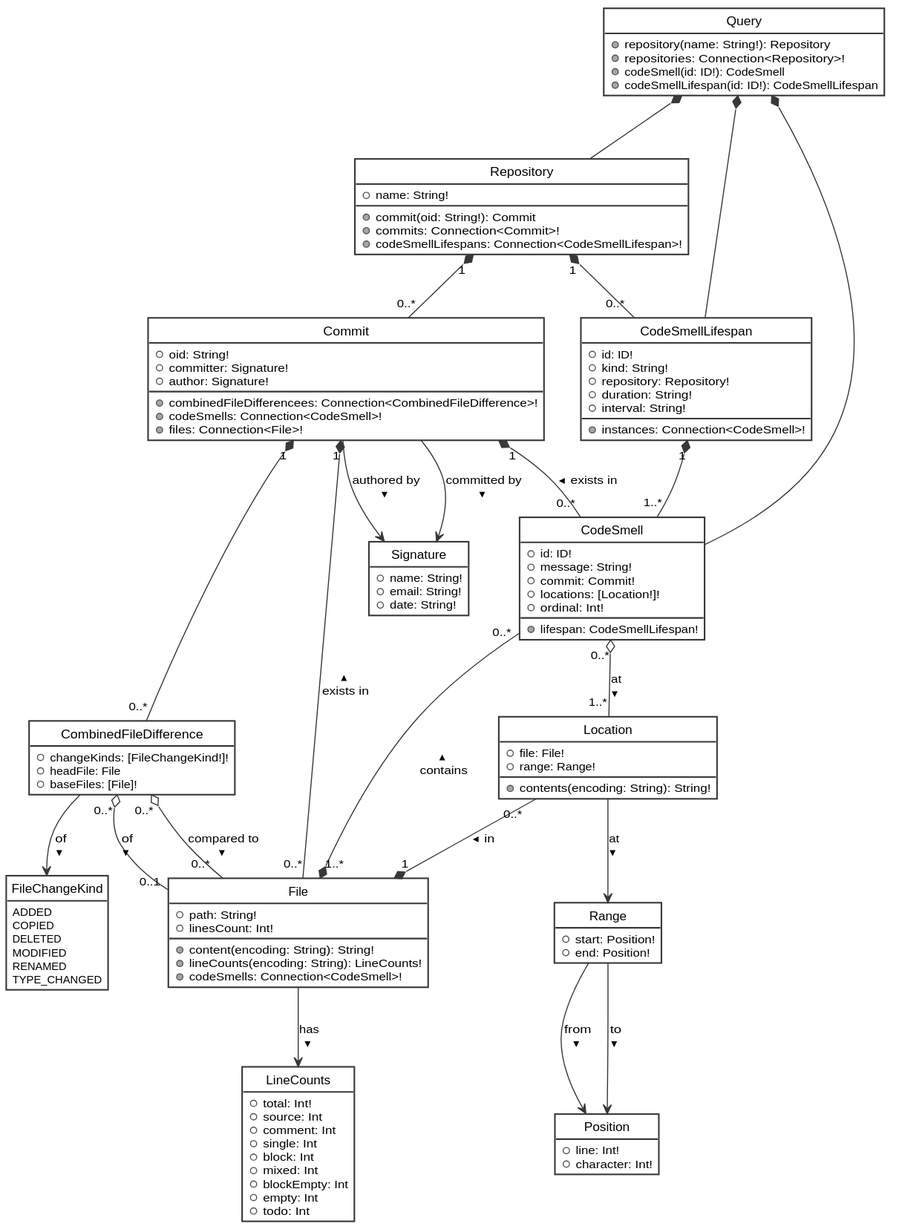
Earlier version of the PlantUML export schema/graphql.svg (felixfbecker/olfaction).
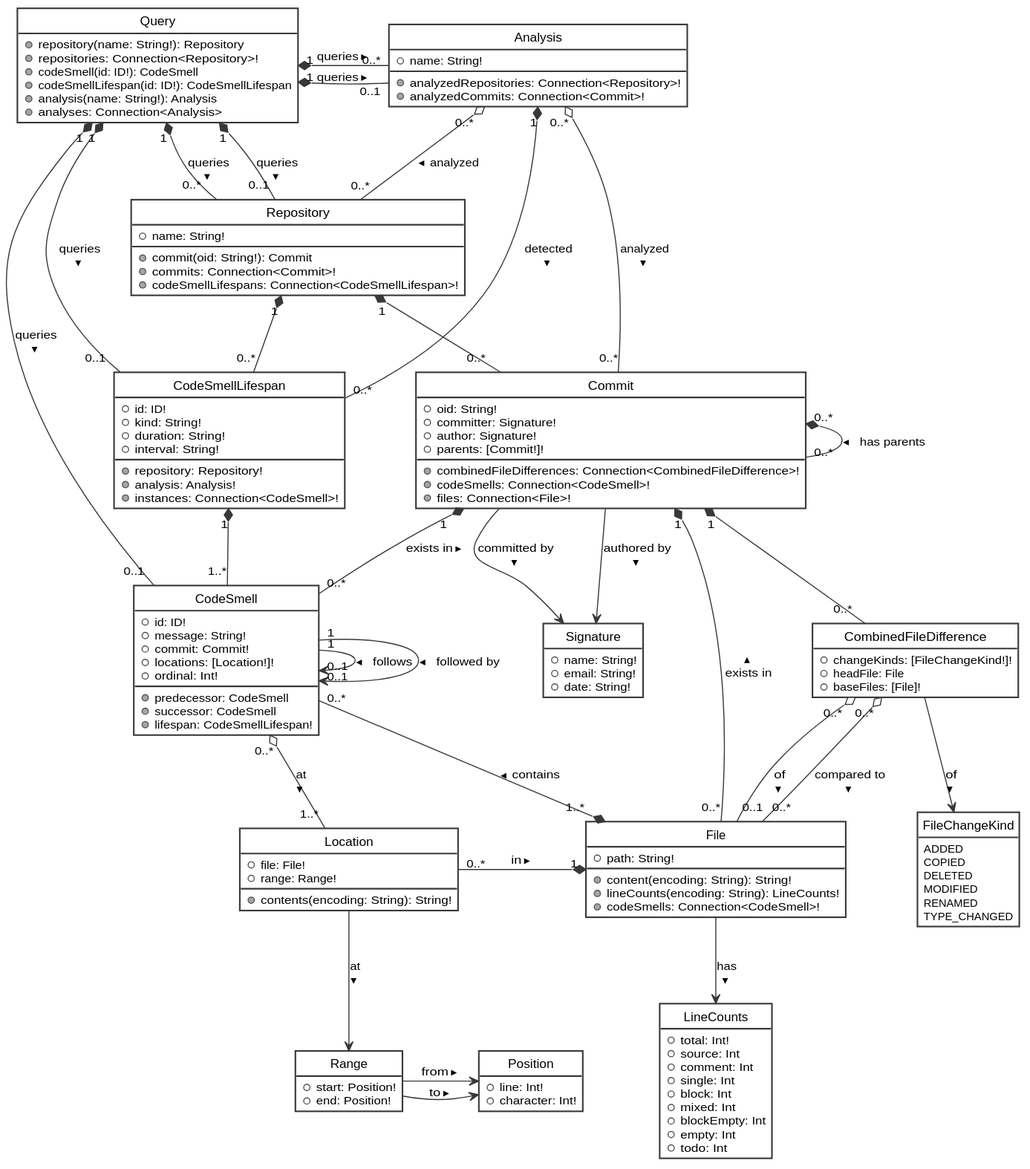
The same file after the commit.

Commit message:
Add analysis type

What changed in the source:
```diff
@@ -13,10 +13,21 @@
   {method} +repositories: Connection<Repository>!
   {method} +codeSmell(id: ID!): CodeSmell
   {method} +codeSmellLifespan(id: ID!): CodeSmellLifespan
+  {method} +analysis(name: String!): Analysis
+  {method} +analyses: Connection<Analysis>
 }
-Query *-- Repository
-Query *-- CodeSmell
-Query *-- CodeSmellLifespan
+Query "1" *-- "0..*" Repository : queries >
+Query "1" *-- "0..1" Repository : queries >
+Query "1" *-- "0..1" CodeSmell : queries >
+Query "1" *-- "0..1" CodeSmellLifespan : queries >
+Query "1" *- "0..*" Analysis : queries >
+Query "1" *- "0..1" Analysis : queries >
+
+class Analysis {
+  +name: String!
+  {method} +analyzedRepositories: Connection<Repository>!
+  {method} +analyzedCommits: Connection<Commit>!
+}
 
 class Repository {
   +name: String!
@@ -26,20 +37,24 @@
 }
 Repository "1" *-- "0..*" Commit
 Repository "1" *-- "0..*" CodeSmellLifespan
+Analysis "0..*" o-- "0..*" Repository : analyzed >
 
 class Commit {
   +oid: String!
   +committer: Signature!
   +author: Signature!
-  {method} +combinedFileDifferencees: Connection<CombinedFileDifference>!
+  +parents: [Commit!]!
+  {method} +combinedFileDifferences: Connection<CombinedFileDifference>!
   {method} +codeSmells: Connection<CodeSmell>!
   {method} +files: Connection<File>!
 }
+Commit "0..*" *-- "0..*" Commit : has parents >
 Commit --> Signature : committed by >
 Commit --> Signature : authored by >
 Commit "1" *-- "0..*" CodeSmell : exists in <
 Commit "1" *-- "0..*" File : exists in <
 Commit "1" *-- "0..*" CombinedFileDifference
+Commit "0..*" --o "0..*" Analysis : analyzed <
 
 class CombinedFileDifference {
   +changeKinds: [FileChangeKind!]!
@@ -71,23 +86,27 @@
   +commit: Commit!
   +locations: [Location!]!
   +ordinal: Int!
+  {method} +predecessor: CodeSmell
+  {method} +successor: CodeSmell
   {method} +lifespan: CodeSmellLifespan!
 }
 CodeSmell "0..*" o-- "1..*" Location : at >
+CodeSmell "1" --> "0..1" CodeSmell : follows >
+CodeSmell "1" --> "0..1" CodeSmell : followed by >
 
 class Location {
   +file: File!
   +range: Range!
   +contents(encoding: String): String!
 }
-Location "0..*" --* "1" File : in >
+Location "0..*" -* "1" File : in >
 Location --> Range : at >
 class Range {
   +start: Position!
   +end: Position!
 }
-Range --> Position : from >
-Range --> Position : to >
+Range -> Position : from >
+Range -> Position : to >
 class Position {
   +line: Int!
   +character: Int!
@@ -96,12 +115,14 @@
 class CodeSmellLifespan {
   +id: ID!
   +kind: String!
-  +repository: Repository!
   +duration: String!
   +interval: String!
+  {method} +repository: Repository!
+  {method} +analysis: Analysis!
   {method} +instances: Connection<CodeSmell>!
 }
 CodeSmellLifespan "1" *-- "1..*" CodeSmell
+CodeSmellLifespan "0..*" --* "1" Analysis : detected <
 
 class LineCounts {
   +total: Int!
@@ -117,7 +138,6 @@
 
 class File {
   +path: String!
-  +linesCount: Int!
   +content(encoding: String): String!
   +lineCounts(encoding: String): LineCounts!
   {method} +codeSmells: Connection<CodeSmell>!
```
